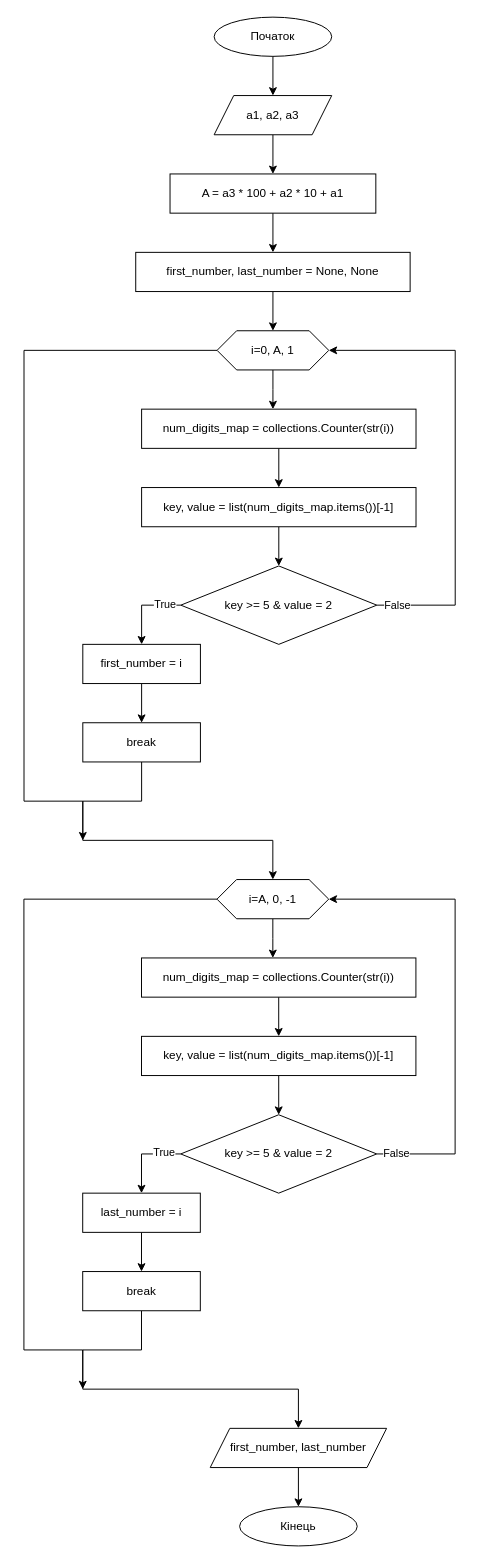
Figeiron/LabWork keeps this draw.io diagram as page "Solution2" (2 of 2) of LabWork_4/doc/lab4.drawio. Above is the earlier version. Source tidied: cells renumbered, new cells numbered last; positions are measured from the earlier drawing's top-left corner, leaving out a move shared by most shapes. Both pictures are drawn from the tidied source at 98%, with x=0, y=0 at pixel (24, 17).
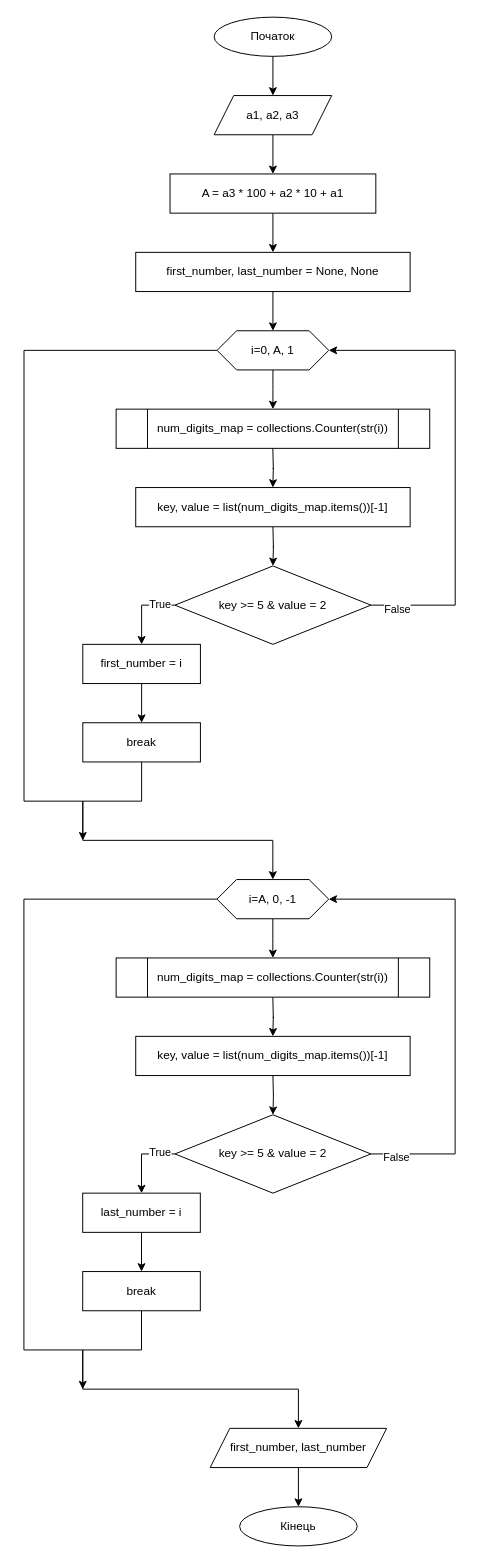
The same diagram, later.

Commit message (it also covers changes not shown here):
LabWork4! fixup!

Change to the diagram source:
```diff
@@
-    <mxCell id="13" style="edgeStyle=orthogonalEdgeStyle;rounded=0;jettySize=auto;html=1;exitX=0.5;exitY=1;exitDx=0;exitDy=0;entryX=0.5;entryY=0;entryDx=0;entryDy=0;" parent="1" edge="1" source="14" target="16">
-      <mxGeometry relative="1" as="geometry" />
-    </mxCell>
-    <mxCell id="14" value="num_digits_map =&amp;nbsp;collections.Counter(str(i))" style="rounded=0;whiteSpace=wrap;html=1;" parent="1" vertex="1">
-      <mxGeometry x="120" y="400" width="280" height="40" as="geometry" />
-    </mxCell>
-    <mxCell id="15" style="edgeStyle=orthogonalEdgeStyle;rounded=0;jettySize=auto;html=1;entryX=0.5;entryY=0;entryDx=0;entryDy=0;" parent="1" edge="1" source="16" target="21">
-      <mxGeometry relative="1" as="geometry" />
-    </mxCell>
-    <mxCell id="16" value="key, value = list(num_digits_map.items())[-1]" style="rounded=0;whiteSpace=wrap;html=1;" parent="1" vertex="1">
-      <mxGeometry x="120" y="480" width="280" height="40" as="geometry" />
-    </mxCell>
@@
     <mxCell id="21" value="key &amp;gt;= 5 &amp;amp; value = 2" style="rhombus;whiteSpace=wrap;html=1;" parent="1" vertex="1">
-      <mxGeometry x="160" y="560" width="200" height="80" as="geometry" />
+      <mxGeometry x="154" y="560" width="200" height="80" as="geometry" />
     </mxCell>
@@
-    <mxCell id="29" style="edgeStyle=orthogonalEdgeStyle;rounded=0;jettySize=auto;html=1;exitX=0.5;exitY=1;exitDx=0;exitDy=0;entryX=0.5;entryY=0;entryDx=0;entryDy=0;" parent="1" edge="1" source="30" target="32">
-      <mxGeometry relative="1" as="geometry" />
+    <mxCell id="29" style="edgeStyle=orthogonalEdgeStyle;rounded=0;orthogonalLoop=1;jettySize=auto;html=1;exitX=0.5;exitY=1;exitDx=0;exitDy=0;entryX=0.5;entryY=0;entryDx=0;entryDy=0;" parent="1" edge="1">
+      <mxGeometry relative="1" as="geometry">
+        <mxPoint x="253.9" y="1000" as="sourcePoint" />
+        <mxPoint x="253.9" y="1040" as="targetPoint" />
+      </mxGeometry>
     </mxCell>
-    <mxCell id="30" value="num_digits_map =&amp;nbsp;collections.Counter(str(i))" style="rounded=0;whiteSpace=wrap;html=1;" parent="1" vertex="1">
-      <mxGeometry x="119.9" y="960" width="280" height="40" as="geometry" />
-    </mxCell>
-    <mxCell id="31" style="edgeStyle=orthogonalEdgeStyle;rounded=0;jettySize=auto;html=1;entryX=0.5;entryY=0;entryDx=0;entryDy=0;" parent="1" edge="1" source="32" target="37">
-      <mxGeometry relative="1" as="geometry" />
+    <mxCell id="31" style="edgeStyle=orthogonalEdgeStyle;rounded=0;jettySize=auto;html=1;entryX=0.5;entryY=0;entryDx=0;entryDy=0;" parent="1" edge="1" target="37">
+      <mxGeometry relative="1" as="geometry">
+        <mxPoint x="254" y="1080" as="sourcePoint" />
+      </mxGeometry>
     </mxCell>
-    <mxCell id="32" value="key, value = list(num_digits_map.items())[-1]" style="rounded=0;whiteSpace=wrap;html=1;" parent="1" vertex="1">
-      <mxGeometry x="119.9" y="1040" width="280" height="40" as="geometry" />
-    </mxCell>
@@
     <mxCell id="37" value="key &amp;gt;= 5 &amp;amp; value = 2" style="rhombus;whiteSpace=wrap;html=1;" parent="1" vertex="1">
-      <mxGeometry x="159.9" y="1120" width="200" height="80" as="geometry" />
+      <mxGeometry x="154" y="1120" width="200" height="80" as="geometry" />
     </mxCell>
@@
+    <mxCell id="45" value="num_digits_map =&amp;nbsp;collections.Counter(str(i))" style="shape=process;whiteSpace=wrap;html=1;backgroundOutline=1;" parent="1" vertex="1">
+      <mxGeometry x="94" y="960" width="320" height="40" as="geometry" />
+    </mxCell>
+    <mxCell id="46" value="key, value = list(num_digits_map.items())[-1]" style="rounded=0;whiteSpace=wrap;html=1;" parent="1" vertex="1">
+      <mxGeometry x="114" y="1040" width="280" height="40" as="geometry" />
+    </mxCell>
+    <mxCell id="47" style="edgeStyle=orthogonalEdgeStyle;rounded=0;orthogonalLoop=1;jettySize=auto;html=1;exitX=0.5;exitY=1;exitDx=0;exitDy=0;entryX=0.5;entryY=0;entryDx=0;entryDy=0;" parent="1" edge="1">
+      <mxGeometry relative="1" as="geometry">
+        <mxPoint x="253.9" y="440" as="sourcePoint" />
+        <mxPoint x="253.9" y="480" as="targetPoint" />
+      </mxGeometry>
+    </mxCell>
+    <mxCell id="48" style="edgeStyle=orthogonalEdgeStyle;rounded=0;orthogonalLoop=1;jettySize=auto;html=1;entryX=0.5;entryY=0;entryDx=0;entryDy=0;" parent="1" edge="1">
+      <mxGeometry relative="1" as="geometry">
+        <mxPoint x="254" y="520" as="sourcePoint" />
+        <mxPoint x="254" y="560" as="targetPoint" />
+      </mxGeometry>
+    </mxCell>
+    <mxCell id="49" value="num_digits_map =&amp;nbsp;collections.Counter(str(i))" style="shape=process;whiteSpace=wrap;html=1;backgroundOutline=1;" parent="1" vertex="1">
+      <mxGeometry x="94" y="400" width="320" height="40" as="geometry" />
+    </mxCell>
+    <mxCell id="50" value="key, value = list(num_digits_map.items())[-1]" style="rounded=0;whiteSpace=wrap;html=1;" parent="1" vertex="1">
+      <mxGeometry x="114" y="480" width="280" height="40" as="geometry" />
+    </mxCell>
```
